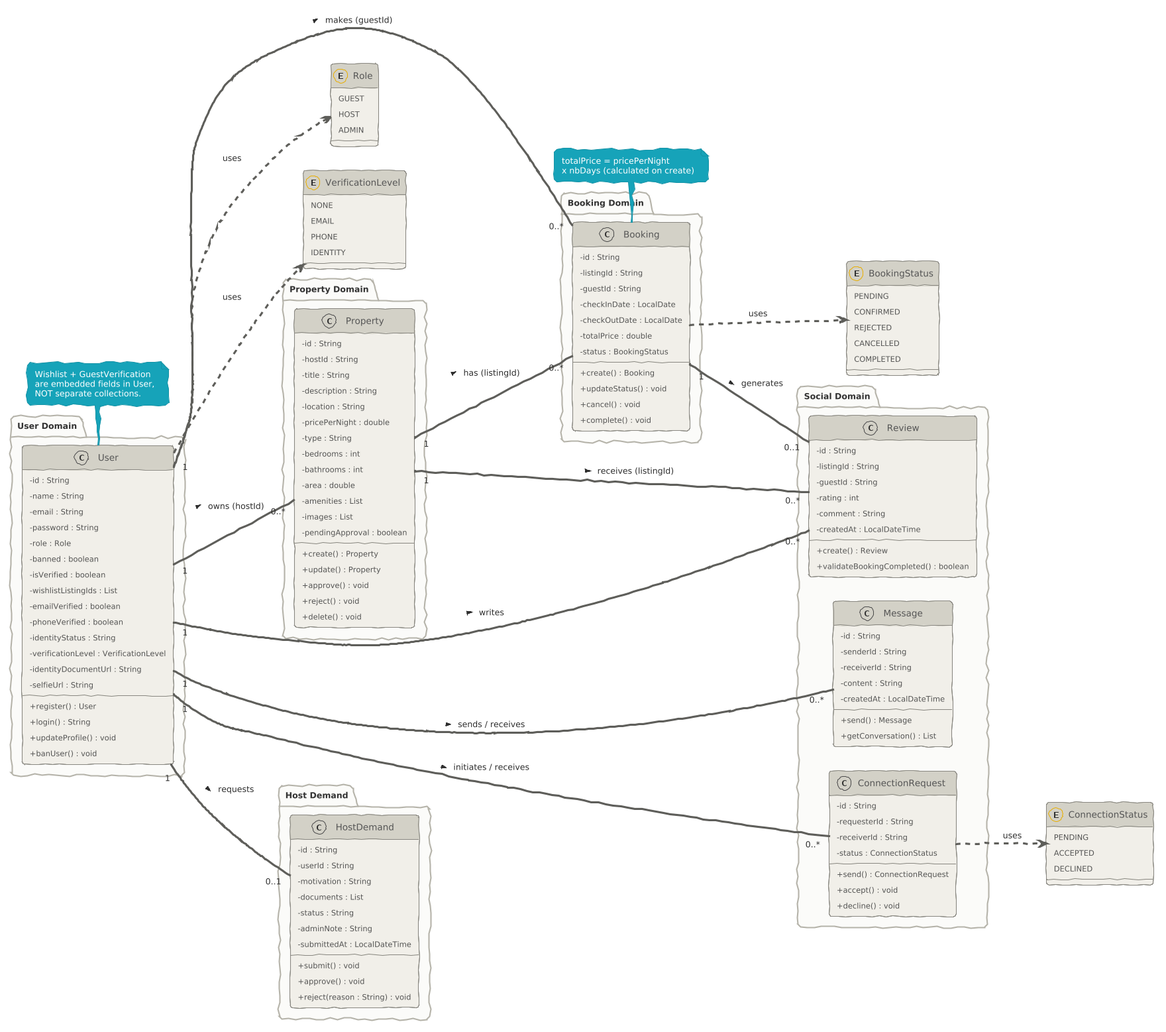
Earlier version of the PlantUML export class Diagram.png (baltioussama92/PFE-2k26). Its diagram source:
```plantuml
@startuml
!theme sketchy-outline
left to right direction
skinparam classAttributeIconSize 0
skinparam classFontSize 13
skinparam classBackgroundColor #F1EFE8
skinparam classBorderColor #888780
skinparam classHeaderBackgroundColor #D3D1C7
skinparam arrowColor #5F5E5A
skinparam packageBackgroundColor #FAFAF8
skinparam packageBorderColor #B4B2A9
skinparam defaultFontName Arial
skinparam roundCorner 8


enum Role {
  GUEST
  HOST
  ADMIN
}

enum BookingStatus {
  PENDING
  CONFIRMED
  REJECTED
  CANCELLED
  COMPLETED
}

enum ConnectionStatus {
  PENDING
  ACCEPTED
  DECLINED
}

enum VerificationLevel {
  NONE
  EMAIL
  PHONE
  IDENTITY
}


package "User Domain" {

  class User {
    - id : String
    - name : String
    - email : String
    - password : String
    - role : Role
    - banned : boolean
    - isVerified : boolean
    - wishlistListingIds : List
    - emailVerified : boolean
    - phoneVerified : boolean
    - identityStatus : String
    - verificationLevel : VerificationLevel
    - identityDocumentUrl : String
    - selfieUrl : String
    --
    + register() : User
    + login() : String
    + updateProfile() : void
    + banUser() : void
  }

}


package "Property Domain" {

  class Property {
    - id : String
    - hostId : String
    - title : String
    - description : String
    - location : String
    - pricePerNight : double
    - type : String
    - bedrooms : int
    - bathrooms : int
    - area : double
    - amenities : List
    - images : List
    - pendingApproval : boolean
    --
    + create() : Property
    + update() : Property
    + approve() : void
    + reject() : void
    + delete() : void
  }

}


package "Booking Domain" {

  class Booking {
    - id : String
    - listingId : String
    - guestId : String
    - checkInDate : LocalDate
    - checkOutDate : LocalDate
    - totalPrice : double
    - status : BookingStatus
    --
    + create() : Booking
    + updateStatus() : void
    + cancel() : void
    + complete() : void
  }

}


package "Social Domain" {

  class Message {
    - id : String
    - senderId : String
    - receiverId : String
    - content : String
    - createdAt : LocalDateTime
    --
    + send() : Message
    + getConversation() : List
  }

  class Review {
    - id : String
    - listingId : String
    - guestId : String
    - rating : int
    - comment : String
    - createdAt : LocalDateTime
    --
    + create() : Review
    + validateBookingCompleted() : boolean
  }

  class ConnectionRequest {
    - id : String
    - requesterId : String
    - receiverId : String
    - status : ConnectionStatus
    --
    + send() : ConnectionRequest
    + accept() : void
    + decline() : void
  }

}


package "Host Demand" {

  class HostDemand {
    - id : String
    - userId : String
    - motivation : String
    - documents : List
    - status : String
    - adminNote : String
    - submittedAt : LocalDateTime
    --
    + submit() : void
    + approve() : void
    + reject(reason : String) : void
  }

}


User "1" -- "0..*" Property         : owns (hostId) >
User "1" -- "0..*" Booking          : makes (guestId) >
User "1" -- "0..*" Message          : sends / receives >
User "1" -- "0..*" Review           : writes >
User "1" -- "0..*" ConnectionRequest : initiates / receives >
User "1" -- "0..1" HostDemand       : requests >

Property "1" -- "0..*" Booking      : has (listingId) >
Property "1" -- "0..*" Review       : receives (listingId) >

Booking "1" -- "0..1" Review        : generates >

User ..> Role                       : uses
Booking ..> BookingStatus           : uses
ConnectionRequest ..> ConnectionStatus : uses
User ..> VerificationLevel          : uses

note bottom of User
  Wishlist + GuestVerification
  are embedded fields in User,
  NOT separate collections.
end note

note bottom of Booking
  totalPrice = pricePerNight
  x nbDays (calculated on create)
end note
@enduml
```
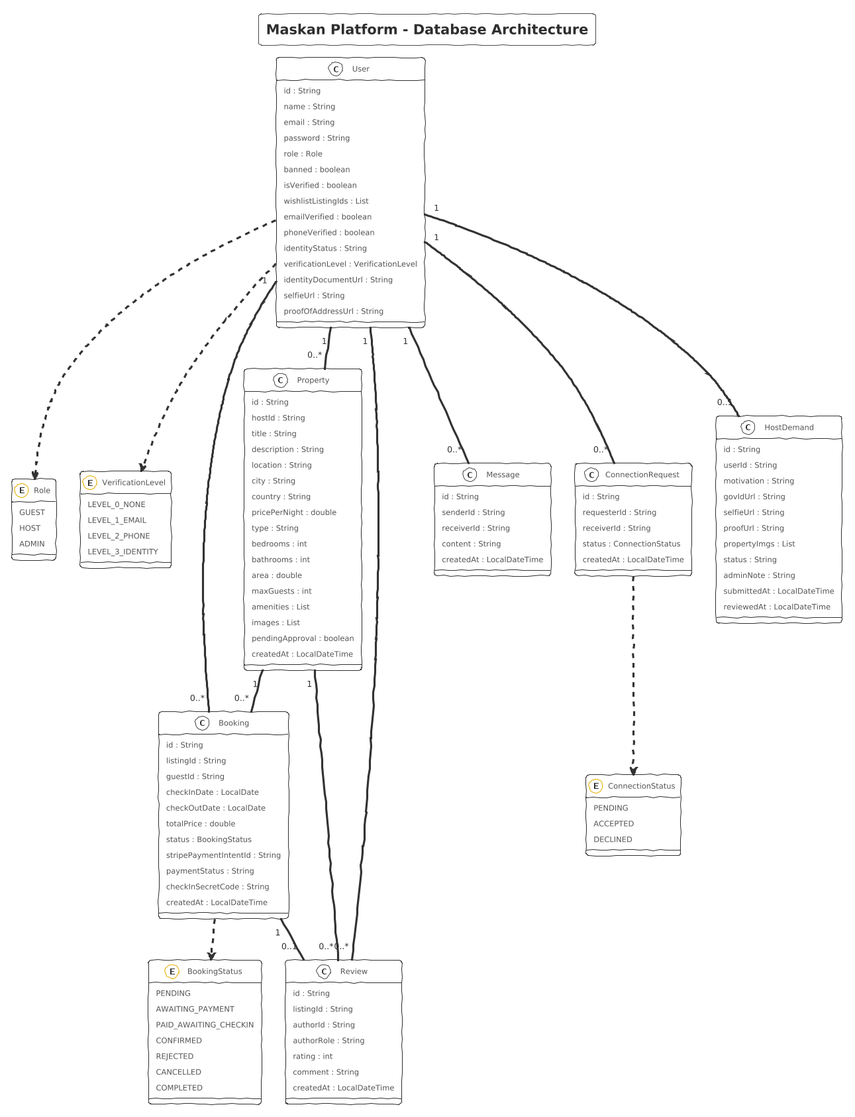
After the change.

What changed in the source:
```diff
@@ -1,16 +1,7 @@
 @startuml
 !theme sketchy-outline
-left to right direction
-skinparam classAttributeIconSize 0
-skinparam classFontSize 13
-skinparam classBackgroundColor #F1EFE8
-skinparam classBorderColor #888780
-skinparam classHeaderBackgroundColor #D3D1C7
-skinparam arrowColor #5F5E5A
-skinparam packageBackgroundColor #FAFAF8
-skinparam packageBorderColor #B4B2A9
-skinparam defaultFontName Arial
-skinparam roundCorner 8
+
+title Maskan Platform - Database Architecture
 
 
 enum Role {
@@ -21,6 +12,8 @@
 
 enum BookingStatus {
   PENDING
+  AWAITING_PAYMENT
+  PAID_AWAITING_CHECKIN
   CONFIRMED
   REJECTED
   CANCELLED
@@ -34,170 +27,126 @@
 }
 
 enum VerificationLevel {
-  NONE
-  EMAIL
-  PHONE
-  IDENTITY
+  LEVEL_0_NONE
+  LEVEL_1_EMAIL
+  LEVEL_2_PHONE
+  LEVEL_3_IDENTITY
 }
 
 
-package "User Domain" {
-
-  class User {
-    - id : String
-    - name : String
-    - email : String
-    - password : String
-    - role : Role
-    - banned : boolean
-    - isVerified : boolean
-    - wishlistListingIds : List
-    - emailVerified : boolean
-    - phoneVerified : boolean
-    - identityStatus : String
-    - verificationLevel : VerificationLevel
-    - identityDocumentUrl : String
-    - selfieUrl : String
-    --
-    + register() : User
-    + login() : String
-    + updateProfile() : void
-    + banUser() : void
-  }
-
+class User {
+  id : String
+  name : String
+  email : String
+  password : String
+  role : Role
+  banned : boolean
+  isVerified : boolean
+  wishlistListingIds : List
+  emailVerified : boolean
+  phoneVerified : boolean
+  identityStatus : String
+  verificationLevel : VerificationLevel
+  identityDocumentUrl : String
+  selfieUrl : String
+  proofOfAddressUrl : String
 }
 
 
-package "Property Domain" {
-
-  class Property {
-    - id : String
-    - hostId : String
-    - title : String
-    - description : String
-    - location : String
-    - pricePerNight : double
-    - type : String
-    - bedrooms : int
-    - bathrooms : int
-    - area : double
-    - amenities : List
-    - images : List
-    - pendingApproval : boolean
-    --
-    + create() : Property
-    + update() : Property
-    + approve() : void
-    + reject() : void
-    + delete() : void
-  }
-
+class Property {
+  id : String
+  hostId : String
+  title : String
+  description : String
+  location : String
+  city : String
+  country : String
+  pricePerNight : double
+  type : String
+  bedrooms : int
+  bathrooms : int
+  area : double
+  maxGuests : int
+  amenities : List
+  images : List
+  pendingApproval : boolean
+  createdAt : LocalDateTime
 }
 
 
-package "Booking Domain" {
-
-  class Booking {
-    - id : String
-    - listingId : String
-    - guestId : String
-    - checkInDate : LocalDate
-    - checkOutDate : LocalDate
-    - totalPrice : double
-    - status : BookingStatus
-    --
-    + create() : Booking
-    + updateStatus() : void
-    + cancel() : void
-    + complete() : void
-  }
-
+class Booking {
+  id : String
+  listingId : String
+  guestId : String
+  checkInDate : LocalDate
+  checkOutDate : LocalDate
+  totalPrice : double
+  status : BookingStatus
+  stripePaymentIntentId : String
+  paymentStatus : String
+  checkInSecretCode : String
+  createdAt : LocalDateTime
 }
 
 
-package "Social Domain" {
-
-  class Message {
-    - id : String
-    - senderId : String
-    - receiverId : String
-    - content : String
-    - createdAt : LocalDateTime
-    --
-    + send() : Message
-    + getConversation() : List
-  }
-
-  class Review {
-    - id : String
-    - listingId : String
-    - guestId : String
-    - rating : int
-    - comment : String
-    - createdAt : LocalDateTime
-    --
-    + create() : Review
-    + validateBookingCompleted() : boolean
-  }
-
-  class ConnectionRequest {
-    - id : String
-    - requesterId : String
-    - receiverId : String
-    - status : ConnectionStatus
-    --
-    + send() : ConnectionRequest
-    + accept() : void
-    + decline() : void
-  }
-
+class Review {
+  id : String
+  listingId : String
+  authorId : String
+  authorRole : String
+  rating : int
+  comment : String
+  createdAt : LocalDateTime
 }
 
 
-package "Host Demand" {
-
-  class HostDemand {
-    - id : String
-    - userId : String
-    - motivation : String
-    - documents : List
-    - status : String
-    - adminNote : String
-    - submittedAt : LocalDateTime
-    --
-    + submit() : void
-    + approve() : void
-    + reject(reason : String) : void
-  }
-
+class Message {
+  id : String
+  senderId : String
+  receiverId : String
+  content : String
+  createdAt : LocalDateTime
 }
 
 
-User "1" -- "0..*" Property         : owns (hostId) >
-User "1" -- "0..*" Booking          : makes (guestId) >
-User "1" -- "0..*" Message          : sends / receives >
-User "1" -- "0..*" Review           : writes >
-User "1" -- "0..*" ConnectionRequest : initiates / receives >
-User "1" -- "0..1" HostDemand       : requests >
+class ConnectionRequest {
+  id : String
+  requesterId : String
+  receiverId : String
+  status : ConnectionStatus
+  createdAt : LocalDateTime
+}
 
-Property "1" -- "0..*" Booking      : has (listingId) >
-Property "1" -- "0..*" Review       : receives (listingId) >
 
-Booking "1" -- "0..1" Review        : generates >
+class HostDemand {
+  id : String
+  userId : String
+  motivation : String
+  govIdUrl : String
+  selfieUrl : String
+  proofUrl : String
+  propertyImgs : List
+  status : String
+  adminNote : String
+  submittedAt : LocalDateTime
+  reviewedAt : LocalDateTime
+}
 
-User ..> Role                       : uses
-Booking ..> BookingStatus           : uses
-ConnectionRequest ..> ConnectionStatus : uses
-User ..> VerificationLevel          : uses
 
-note bottom of User
-  Wishlist + GuestVerification
-  are embedded fields in User,
-  NOT separate collections.
-end note
+User "1" -- "0..*" Property
+User "1" -- "0..*" Booking
+User "1" -- "0..*" Review
+User "1" -- "0..*" Message
+User "1" -- "0..*" ConnectionRequest
+User "1" -- "0..1" HostDemand
 
-note bottom of Booking
-  totalPrice = pricePerNight
-  x nbDays (calculated on create)
-end note
+Property "1" -- "0..*" Booking
+Property "1" -- "0..*" Review
+
+Booking "1" -- "0..1" Review
+
+User ..> Role
+Booking ..> BookingStatus
+ConnectionRequest ..> ConnectionStatus
+User ..> VerificationLevel
 @enduml
```
